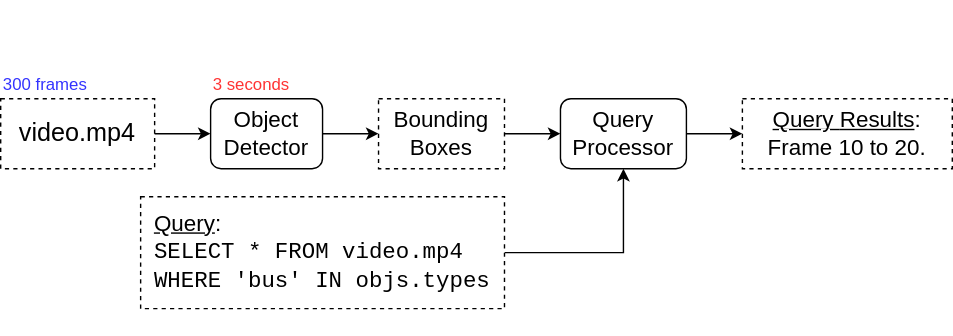
Before: assets/od-pipeline-2.svg, a diagram exported from draw.io (chanwutk/slide-video-dsf-2025-reveal). Source tidied: cells renumbered, new cells last; positions are measured from the earlier drawing's top-left corner, leaving out a move shared by most shapes.
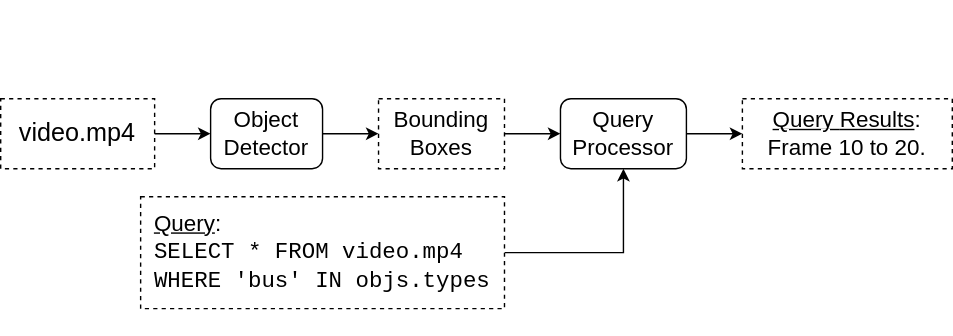
After the commit.

The edit, as a diff of the source:
```diff
@@ -38,11 +38,5 @@
     <mxCell id="13" value="&lt;div style=&quot;text-align: left;&quot;&gt;&lt;span style=&quot;background-color: transparent; color: light-dark(rgb(0, 0, 0), rgb(255, 255, 255)); font-size: 16px;&quot;&gt;&lt;u&gt;Query&lt;/u&gt;&lt;/span&gt;&lt;span style=&quot;background-color: transparent; color: light-dark(rgb(0, 0, 0), rgb(255, 255, 255)); font-size: 16px;&quot;&gt;:&lt;/span&gt;&lt;/div&gt;&lt;div style=&quot;text-align: left;&quot;&gt;&lt;span style=&quot;background-color: transparent; color: light-dark(rgb(0, 0, 0), rgb(255, 255, 255)); font-size: 16px;&quot;&gt;&lt;font face=&quot;Courier New&quot;&gt;SELECT * FROM video.mp4&lt;/font&gt;&lt;/span&gt;&lt;/div&gt;&lt;div style=&quot;text-align: left;&quot;&gt;&lt;span style=&quot;background-color: transparent; color: light-dark(rgb(0, 0, 0), rgb(255, 255, 255)); font-size: 16px;&quot;&gt;&lt;font face=&quot;Courier New&quot;&gt;WHERE 'bus' IN objs.types&lt;/font&gt;&lt;/span&gt;&lt;/div&gt;" style="rounded=0;whiteSpace=wrap;html=1;align=center;strokeColor=default;fillColor=default;dashed=1;" parent="1" vertex="1">
       <mxGeometry x="100" y="140" width="260" height="80" as="geometry" />
     </mxCell>
-    <mxCell id="14" value="300 frames" style="text;html=1;align=left;verticalAlign=middle;whiteSpace=wrap;rounded=0;fontColor=#3333FF;" parent="1" vertex="1">
-      <mxGeometry y="50" width="100" height="20" as="geometry" />
-    </mxCell>
-    <mxCell id="15" value="3 seconds" style="text;html=1;align=left;verticalAlign=middle;whiteSpace=wrap;rounded=0;fontColor=#FF3333;" parent="1" vertex="1">
-      <mxGeometry x="150" y="50" width="80" height="20" as="geometry" />
-    </mxCell>
   </root>
 </mxGraphModel>
```
